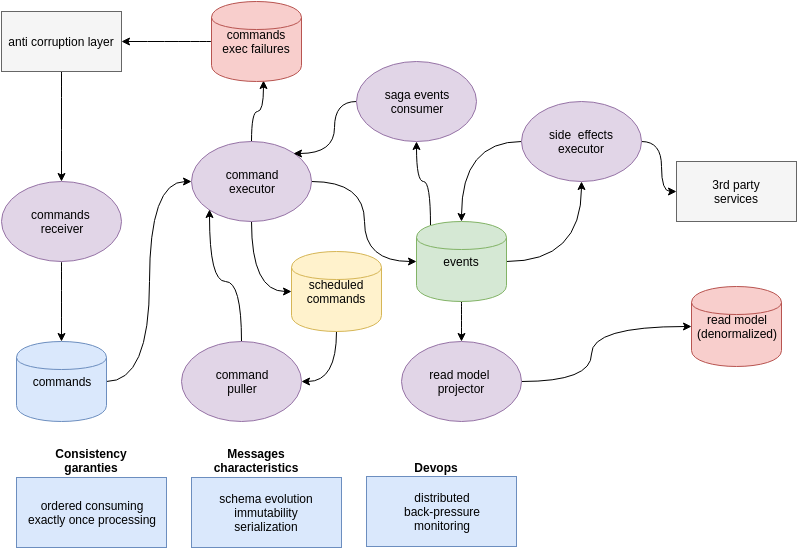
Above: keyvent-arch.png in rodolfodpk/keyvent (draw.io), before the change. Source tidied: cells renumbered, new cells last; positions are measured from the earlier drawing's top-left corner, leaving out a move shared by most shapes.
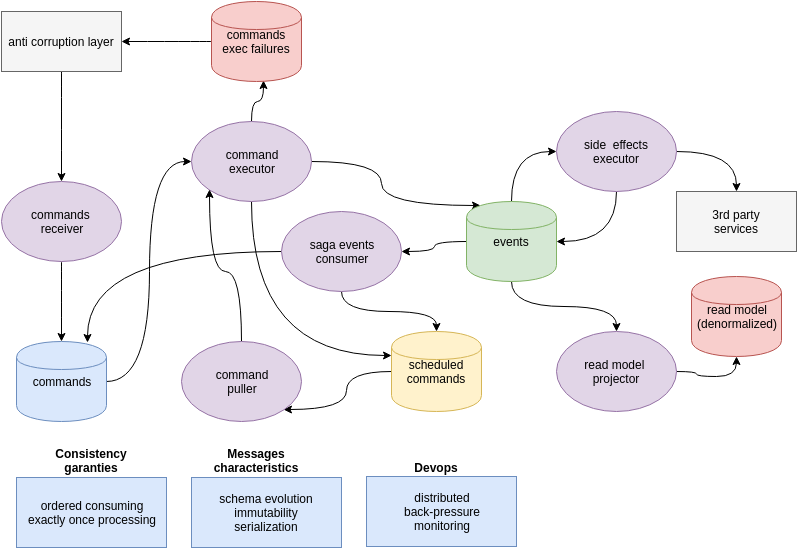
The same diagram one commit later.

The edit, as a diff of the source:
```diff
@@ -23,20 +23,34 @@
     <mxCell id="8" style="edgeStyle=orthogonalEdgeStyle;curved=1;rounded=0;html=1;exitX=0.5;exitY=0;entryX=0.578;entryY=0.988;entryPerimeter=0;jettySize=auto;" parent="1" edge="1" source="11" target="15">
       <mxGeometry relative="1" as="geometry" />
     </mxCell>
+    <mxCell id="10" style="edgeStyle=orthogonalEdgeStyle;curved=1;rounded=0;html=1;exitX=0.5;exitY=1;entryX=0;entryY=0.3;jettySize=auto;" parent="1" edge="1" source="11" target="13">
+      <mxGeometry relative="1" as="geometry">
+        <Array as="points">
+          <mxPoint x="250" y="354" />
+        </Array>
+      </mxGeometry>
+    </mxCell>
-    <mxCell id="9" style="edgeStyle=orthogonalEdgeStyle;curved=1;rounded=0;html=1;jettySize=auto;" parent="1" edge="1" source="11" target="21">
-      <mxGeometry relative="1" as="geometry" />
+    <mxCell id="9" style="edgeStyle=orthogonalEdgeStyle;curved=1;rounded=0;html=1;entryX=0.15;entryY=0.05;jettySize=auto;entryPerimeter=0;" parent="1" edge="1" source="11" target="21">
+      <mxGeometry relative="1" as="geometry">
+        <Array as="points">
+          <mxPoint x="380" y="160" />
+          <mxPoint x="380" y="204" />
+        </Array>
+      </mxGeometry>
     </mxCell>
-    <mxCell id="10" style="edgeStyle=orthogonalEdgeStyle;curved=1;rounded=0;html=1;exitX=0.5;exitY=1;entryX=0;entryY=0.5;jettySize=auto;" parent="1" edge="1" source="11" target="13">
-      <mxGeometry relative="1" as="geometry" />
-    </mxCell>
     <mxCell id="11" value="command&lt;div&gt;executor&lt;/div&gt;" style="ellipse;whiteSpace=wrap;html=1;fillColor=#e1d5e7;strokeColor=#9673a6;" parent="1" vertex="1">
-      <mxGeometry x="190" y="140" width="120" height="80" as="geometry" />
+      <mxGeometry x="190" y="120" width="120" height="80" as="geometry" />
     </mxCell>
-    <mxCell id="12" style="edgeStyle=orthogonalEdgeStyle;curved=1;rounded=0;html=1;entryX=1;entryY=0.5;jettySize=auto;" parent="1" edge="1" source="13" target="23">
-      <mxGeometry relative="1" as="geometry" />
+    <mxCell id="12" style="edgeStyle=orthogonalEdgeStyle;curved=1;rounded=0;html=1;entryX=1;entryY=1;jettySize=auto;" parent="1" edge="1" source="13" target="23">
+      <mxGeometry relative="1" as="geometry">
+        <Array as="points">
+          <mxPoint x="345" y="370" />
+          <mxPoint x="345" y="408" />
+        </Array>
+      </mxGeometry>
     </mxCell>
     <mxCell id="13" value="scheduled commands" style="shape=cylinder;whiteSpace=wrap;html=1;fillColor=#fff2cc;strokeColor=#d6b656;" parent="1" vertex="1">
-      <mxGeometry x="290" y="250" width="90" height="80" as="geometry" />
+      <mxGeometry x="390" y="330" width="90" height="80" as="geometry" />
     </mxCell>
     <mxCell id="14" style="edgeStyle=orthogonalEdgeStyle;curved=1;rounded=0;html=1;exitX=0;exitY=0.5;entryX=1;entryY=0.5;jettySize=auto;" parent="1" edge="1" source="15" target="3">
       <mxGeometry relative="1" as="geometry" />
@@ -44,28 +58,23 @@
     <mxCell id="15" value="commands&lt;div&gt;&lt;span style=&quot;line-height: 1.2&quot;&gt;exec failures&lt;/span&gt;&lt;/div&gt;" style="shape=cylinder;whiteSpace=wrap;html=1;fillColor=#f8cecc;strokeColor=#b85450;" parent="1" vertex="1">
       <mxGeometry x="210" width="90" height="80" as="geometry" />
     </mxCell>
-    <mxCell id="16" style="edgeStyle=orthogonalEdgeStyle;curved=1;rounded=0;html=1;entryX=0;entryY=0.5;jettySize=auto;" parent="1" edge="1" source="17" target="28">
-      <mxGeometry relative="1" as="geometry">
-        <Array as="points">
-          <mxPoint x="590" y="380" />
-          <mxPoint x="590" y="325" />
-        </Array>
-      </mxGeometry>
+    <mxCell id="16" style="edgeStyle=orthogonalEdgeStyle;curved=1;rounded=0;html=1;exitX=1;exitY=0.5;entryX=0.5;entryY=1;jettySize=auto;" parent="1" edge="1" source="17" target="28">
+      <mxGeometry relative="1" as="geometry" />
     </mxCell>
     <mxCell id="17" value="read model&amp;nbsp;&lt;div&gt;projector&lt;/div&gt;" style="ellipse;whiteSpace=wrap;html=1;fillColor=#e1d5e7;strokeColor=#9673a6;" parent="1" vertex="1">
-      <mxGeometry x="400" y="340" width="120" height="80" as="geometry" />
+      <mxGeometry x="555" y="330" width="120" height="80" as="geometry" />
     </mxCell>
     <mxCell id="18" style="edgeStyle=orthogonalEdgeStyle;curved=1;rounded=0;html=1;jettySize=auto;" parent="1" edge="1" source="21" target="17">
       <mxGeometry relative="1" as="geometry" />
     </mxCell>
+    <mxCell id="20" style="edgeStyle=orthogonalEdgeStyle;curved=1;rounded=0;html=1;entryX=1;entryY=0.5;jettySize=auto;" parent="1" edge="1" source="21" target="36">
+      <mxGeometry relative="1" as="geometry" />
+    </mxCell>
-    <mxCell id="19" style="edgeStyle=orthogonalEdgeStyle;curved=1;rounded=0;html=1;entryX=0.5;entryY=1;jettySize=auto;" parent="1" edge="1" source="21" target="33">
+    <mxCell id="19" style="edgeStyle=orthogonalEdgeStyle;curved=1;rounded=0;html=1;entryX=0;entryY=0.5;jettySize=auto;" parent="1" edge="1" source="21" target="33">
       <mxGeometry relative="1" as="geometry" />
     </mxCell>
-    <mxCell id="20" style="edgeStyle=orthogonalEdgeStyle;curved=1;rounded=0;html=1;exitX=0.15;exitY=0.05;exitPerimeter=0;entryX=0.5;entryY=1;jettySize=auto;" parent="1" edge="1" source="21" target="36">
-      <mxGeometry relative="1" as="geometry" />
-    </mxCell>
     <mxCell id="21" value="events" style="shape=cylinder;whiteSpace=wrap;html=1;fillColor=#d5e8d4;strokeColor=#82b366;" parent="1" vertex="1">
-      <mxGeometry x="415" y="220" width="90" height="80" as="geometry" />
+      <mxGeometry x="465" y="200" width="90" height="80" as="geometry" />
     </mxCell>
     <mxCell id="22" style="edgeStyle=orthogonalEdgeStyle;curved=1;rounded=0;html=1;entryX=0;entryY=1;jettySize=auto;" parent="1" edge="1" source="23" target="11">
       <mxGeometry relative="1" as="geometry" />
@@ -86,7 +95,7 @@
       <mxGeometry x="235" y="449" width="40" height="20" as="geometry" />
     </mxCell>
     <mxCell id="28" value="read model&lt;div&gt;(denormalized)&lt;/div&gt;" style="shape=cylinder;whiteSpace=wrap;html=1;fillColor=#f8cecc;strokeColor=#b85450;" parent="1" vertex="1">
-      <mxGeometry x="690" y="285" width="90" height="80" as="geometry" />
+      <mxGeometry x="690" y="275" width="90" height="80" as="geometry" />
     </mxCell>
     <mxCell id="29" value="&lt;div&gt;&lt;br&gt;&lt;/div&gt;&lt;div&gt;distributed&lt;/div&gt;&lt;div&gt;back-pressure&lt;div&gt;monitoring&lt;div&gt;&lt;div&gt;&lt;br&gt;&lt;/div&gt;&lt;/div&gt;&lt;/div&gt;&lt;/div&gt;" style="text;html=1;strokeColor=#6c8ebf;fillColor=#dae8fc;align=center;verticalAlign=middle;whiteSpace=wrap;" parent="1" vertex="1">
       <mxGeometry x="365" y="475" width="150" height="70" as="geometry" />
@@ -94,23 +103,30 @@
     <mxCell id="30" value="Devops" style="text;html=1;strokeColor=none;fillColor=none;align=center;verticalAlign=middle;whiteSpace=wrap;fontStyle=1;" parent="1" vertex="1">
       <mxGeometry x="415" y="456" width="40" height="20" as="geometry" />
     </mxCell>
+    <mxCell id="32" style="edgeStyle=orthogonalEdgeStyle;curved=1;rounded=0;html=1;exitX=1;exitY=0.5;jettySize=auto;" parent="1" edge="1" source="33" target="34">
+      <mxGeometry relative="1" as="geometry" />
+    </mxCell>
-    <mxCell id="31" style="edgeStyle=orthogonalEdgeStyle;curved=1;rounded=0;html=1;entryX=0.5;entryY=0;jettySize=auto;" parent="1" edge="1" source="33" target="21">
+    <mxCell id="31" style="edgeStyle=orthogonalEdgeStyle;curved=1;rounded=0;html=1;entryX=1;entryY=0.5;jettySize=auto;" parent="1" edge="1" source="33" target="21">
       <mxGeometry relative="1" as="geometry" />
     </mxCell>
-    <mxCell id="32" style="edgeStyle=orthogonalEdgeStyle;curved=1;rounded=0;html=1;exitX=1;exitY=0.5;jettySize=auto;" parent="1" edge="1" source="33" target="34">
-      <mxGeometry relative="1" as="geometry" />
-    </mxCell>
     <mxCell id="33" value="side &amp;nbsp;effects&lt;div&gt;executor&lt;/div&gt;" style="ellipse;whiteSpace=wrap;html=1;align=center;fillColor=#e1d5e7;strokeColor=#9673a6;" parent="1" vertex="1">
-      <mxGeometry x="520" y="100" width="120" height="80" as="geometry" />
+      <mxGeometry x="555" y="110" width="120" height="80" as="geometry" />
     </mxCell>
     <mxCell id="34" value="3rd party&lt;div&gt;services&lt;/div&gt;" style="whiteSpace=wrap;html=1;fillColor=#f5f5f5;strokeColor=#666666;" parent="1" vertex="1">
-      <mxGeometry x="675" y="160" width="120" height="60" as="geometry" />
+      <mxGeometry x="675" y="190" width="120" height="60" as="geometry" />
     </mxCell>
-    <mxCell id="35" style="edgeStyle=orthogonalEdgeStyle;curved=1;rounded=0;html=1;entryX=1;entryY=0;jettySize=auto;" parent="1" edge="1" source="36" target="11">
-      <mxGeometry relative="1" as="geometry" />
-    </mxCell>
+    <mxCell id="37" style="edgeStyle=orthogonalEdgeStyle;curved=1;rounded=0;html=1;entryX=0.789;entryY=0.013;entryPerimeter=0;jettySize=auto;" parent="1" edge="1" source="36" target="7">
+      <mxGeometry relative="1" as="geometry">
+        <Array as="points">
+          <mxPoint x="86" y="250" />
+        </Array>
+      </mxGeometry>
+    </mxCell>
+    <mxCell id="38" style="edgeStyle=orthogonalEdgeStyle;curved=1;rounded=0;html=1;entryX=0.5;entryY=0;jettySize=auto;" parent="1" edge="1" source="36" target="13">
+      <mxGeometry relative="1" as="geometry" />
+    </mxCell>
     <mxCell id="36" value="saga events&lt;div&gt;consumer&lt;/div&gt;" style="ellipse;whiteSpace=wrap;html=1;align=center;fillColor=#e1d5e7;strokeColor=#9673a6;" parent="1" vertex="1">
-      <mxGeometry x="355" y="60" width="120" height="80" as="geometry" />
+      <mxGeometry x="280" y="210" width="120" height="80" as="geometry" />
     </mxCell>
   </root>
 </mxGraphModel>
```
